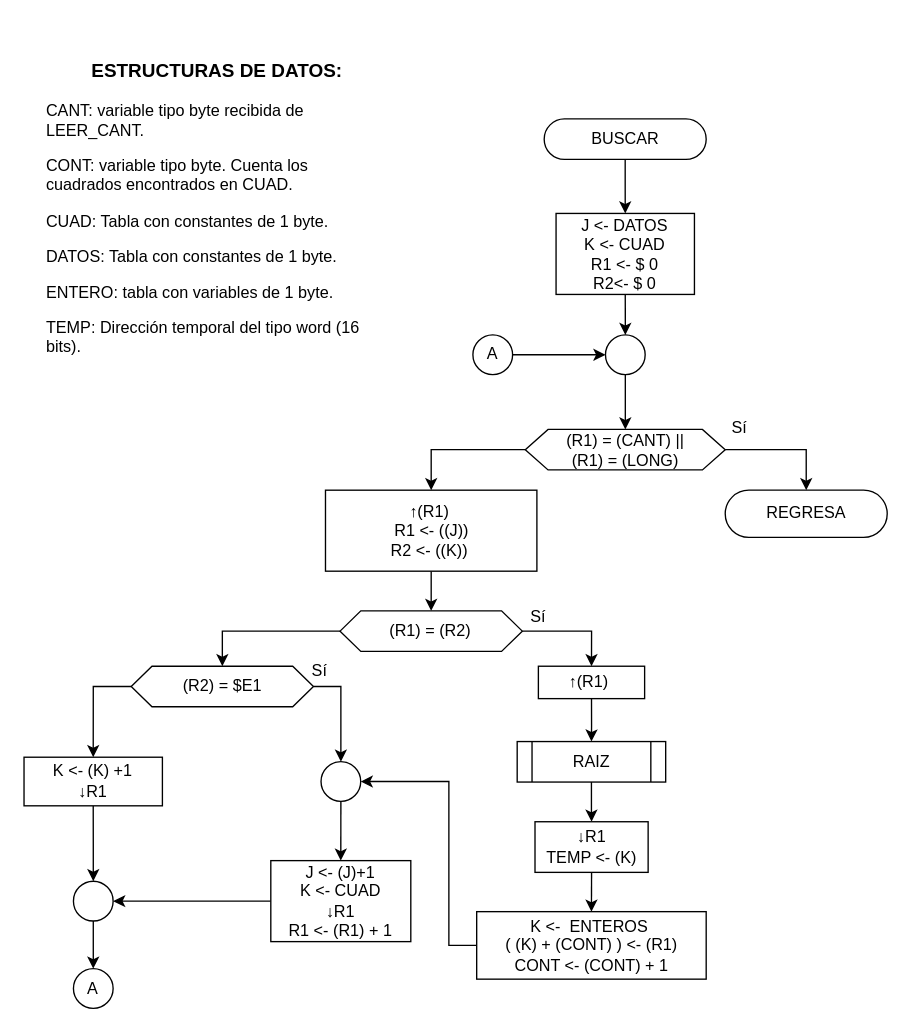
This is Tareas/T3/Diagramas/draw.io/BUSCAR.drawio from moisotico/Microprocesadores, a draw.io file, before an edit. Source tidied: cells renumbered, new cells numbered last; positions are measured from the earlier drawing's top-left corner, leaving out a move shared by most shapes. Both pictures are drawn from the tidied source at 135%, with x=0, y=0 at pixel (23, 23).
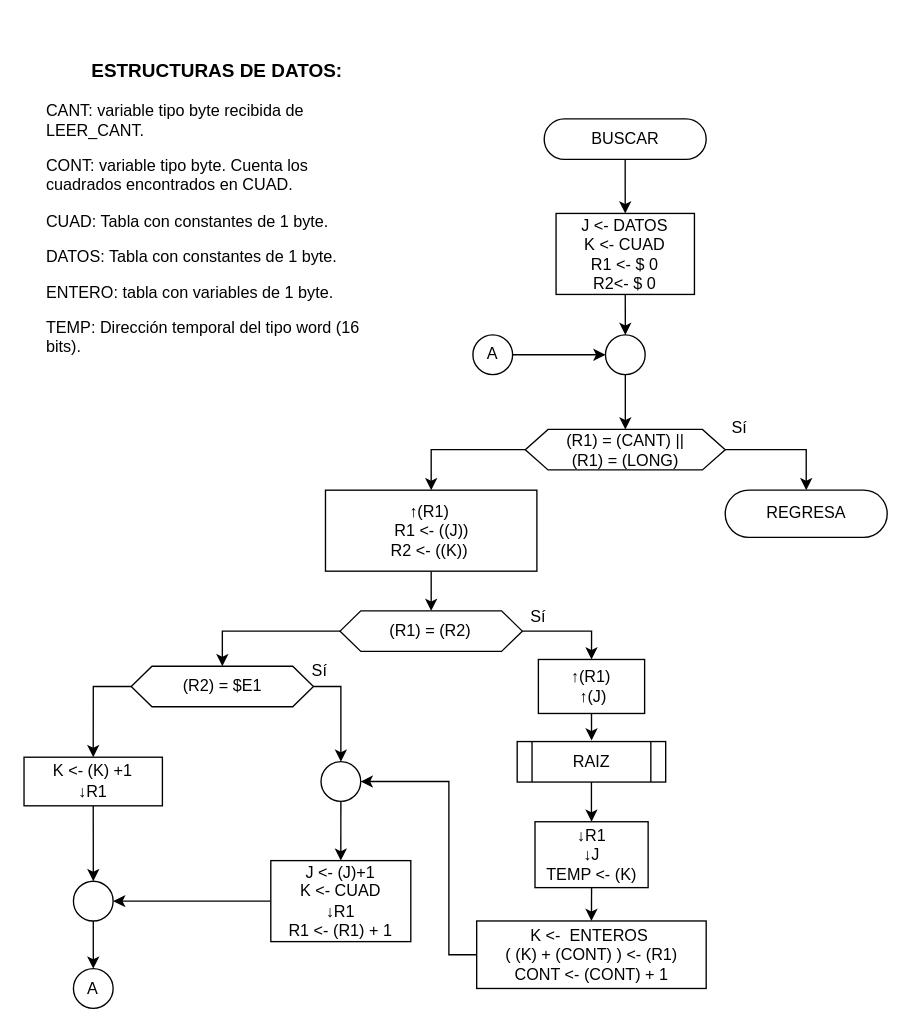
Above is the later version.

Unchanged cells that the change refers to:
```xml
<mxCell id="35" style="ellipse;whiteSpace=wrap;html=1;" parent="1" vertex="1">
  <mxGeometry x="220.3" y="546.7" width="29.4" height="29.4" as="geometry" />
</mxCell>
```

What changed in the source:
```diff
@@
-    <mxCell id="17" value="↓R1&lt;br&gt;TEMP &amp;lt;- (K)" style="rounded=0;whiteSpace=wrap;html=1;" parent="1" vertex="1">
-      <mxGeometry x="378.8" y="591.2" width="83.8" height="37.5" as="geometry" />
+    <mxCell id="17" value="↓R1&lt;br&gt;↓J&lt;br&gt;TEMP &amp;lt;- (K)" style="rounded=0;whiteSpace=wrap;html=1;" parent="1" vertex="1">
+      <mxGeometry x="378.8" y="591.2" width="83.8" height="48.8" as="geometry" />
     </mxCell>
@@
-    <mxCell id="19" value="↑(R1)&amp;nbsp;" style="rounded=0;whiteSpace=wrap;html=1;" parent="1" vertex="1">
-      <mxGeometry x="381.3" y="476" width="78.7" height="24" as="geometry" />
+    <mxCell id="19" value="↑(R1)&lt;br&gt;&amp;nbsp;↑(J)" style="rounded=0;whiteSpace=wrap;html=1;" parent="1" vertex="1">
+      <mxGeometry x="381.3" y="471" width="78.7" height="40" as="geometry" />
     </mxCell>
@@
     <mxCell id="25" style="edgeStyle=orthogonalEdgeStyle;rounded=0;jettySize=auto;html=1;exitX=0;exitY=0.5;exitDx=0;exitDy=0;entryX=1;entryY=0.5;entryDx=0;entryDy=0;" parent="1" edge="1" source="26" target="35">
       <mxGeometry relative="1" as="geometry">
         <Array as="points">
-          <mxPoint x="315" y="683" />
+          <mxPoint x="315" y="690" />
           <mxPoint x="315" y="561" />
         </Array>
       </mxGeometry>
     </mxCell>
     <mxCell id="26" value="K &amp;lt;-&amp;nbsp; ENTEROS&amp;nbsp;&lt;br&gt;( (K) + (CONT) ) &amp;lt;- (R1)&lt;br&gt;CONT &amp;lt;- (CONT) + 1" style="rounded=0;whiteSpace=wrap;html=1;" parent="1" vertex="1">
-      <mxGeometry x="335.6" y="657.8" width="170" height="50" as="geometry" />
+      <mxGeometry x="335.6" y="664.7" width="170" height="50" as="geometry" />
     </mxCell>
```
